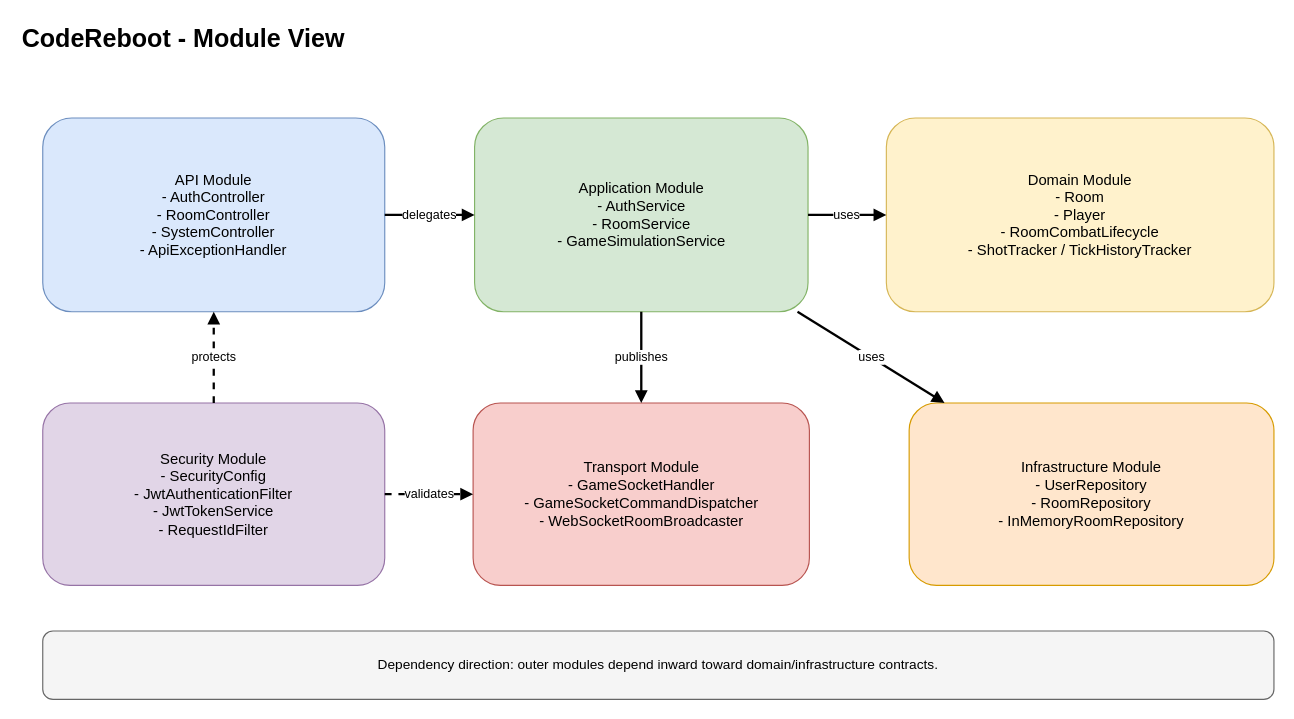
The draw.io diagram docs/diagramnet-views/module-view.drawio in nishantpradhan111/ServerAuthoritative_SoftArch, before the edit. Source tidied: cells renumbered, new cells numbered last; positions are measured from the earlier drawing's top-left corner, leaving out a move shared by most shapes. Both pictures are drawn from the tidied source at 114%, with x=0, y=0 at pixel (19, 22).
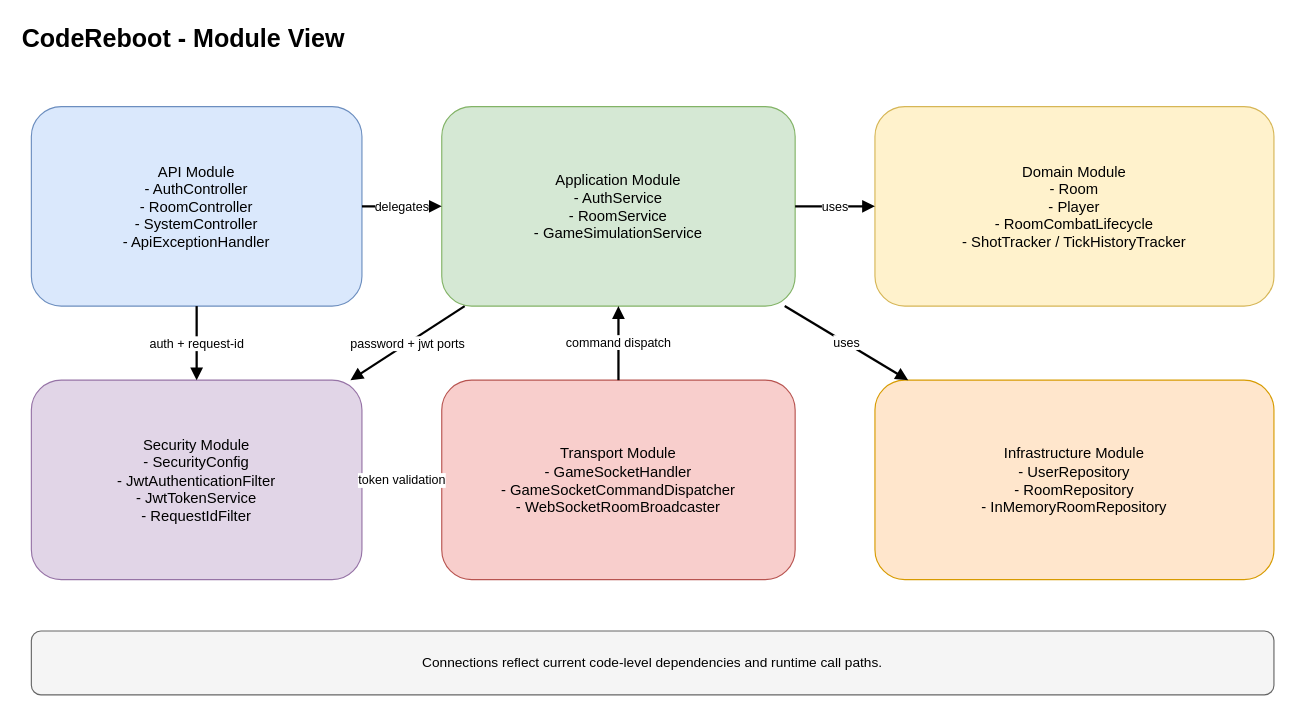
Above is the later version.

What changed in the source:
```diff
@@
 <mxGraphModel>
   <root>
     <mxCell id="0" />
     <mxCell id="1" parent="0" />
     <mxCell id="2" value="CodeReboot - Module View" style="text;html=1;strokeColor=none;fillColor=none;align=left;verticalAlign=middle;whiteSpace=wrap;rounded=0;fontSize=22;fontStyle=1;" parent="1" vertex="1">
-      <mxGeometry width="620" height="30" as="geometry" />
+      <mxGeometry y="-2" width="700" height="34" as="geometry" />
     </mxCell>
     <mxCell id="3" value="API Module&#10;- AuthController&#10;- RoomController&#10;- SystemController&#10;- ApiExceptionHandler" style="rounded=1;whiteSpace=wrap;html=1;fillColor=#dae8fc;strokeColor=#6c8ebf;fontSize=13;" parent="1" vertex="1">
-      <mxGeometry x="20" y="84" width="300" height="170" as="geometry" />
+      <mxGeometry x="10" y="74" width="290" height="175" as="geometry" />
     </mxCell>
     <mxCell id="4" value="Application Module&#10;- AuthService&#10;- RoomService&#10;- GameSimulationService" style="rounded=1;whiteSpace=wrap;html=1;fillColor=#d5e8d4;strokeColor=#82b366;fontSize=13;" parent="1" vertex="1">
-      <mxGeometry x="398.8" y="84" width="292.5" height="170" as="geometry" />
+      <mxGeometry x="370" y="74" width="310" height="175" as="geometry" />
     </mxCell>
     <mxCell id="5" value="Domain Module&#10;- Room&#10;- Player&#10;- RoomCombatLifecycle&#10;- ShotTracker / TickHistoryTracker" style="rounded=1;whiteSpace=wrap;html=1;fillColor=#fff2cc;strokeColor=#d6b656;fontSize=13;" parent="1" vertex="1">
-      <mxGeometry x="760" y="84" width="340" height="170" as="geometry" />
+      <mxGeometry x="750" y="74" width="350" height="175" as="geometry" />
     </mxCell>
+    <mxCell id="7" value="Security Module&#10;- SecurityConfig&#10;- JwtAuthenticationFilter&#10;- JwtTokenService&#10;- RequestIdFilter" style="rounded=1;whiteSpace=wrap;html=1;fillColor=#e1d5e7;strokeColor=#9673a6;fontSize=13;" parent="1" vertex="1">
+      <mxGeometry x="10" y="314" width="290" height="175" as="geometry" />
+    </mxCell>
     <mxCell id="6" value="Transport Module&#10;- GameSocketHandler&#10;- GameSocketCommandDispatcher&#10;- WebSocketRoomBroadcaster" style="rounded=1;whiteSpace=wrap;html=1;fillColor=#f8cecc;strokeColor=#b85450;fontSize=13;" parent="1" vertex="1">
-      <mxGeometry x="397.5" y="334" width="295" height="160" as="geometry" />
+      <mxGeometry x="370" y="314" width="310" height="175" as="geometry" />
     </mxCell>
-    <mxCell id="7" value="Security Module&#10;- SecurityConfig&#10;- JwtAuthenticationFilter&#10;- JwtTokenService&#10;- RequestIdFilter" style="rounded=1;whiteSpace=wrap;html=1;fillColor=#e1d5e7;strokeColor=#9673a6;fontSize=13;" parent="1" vertex="1">
-      <mxGeometry x="20" y="334" width="300" height="160" as="geometry" />
-    </mxCell>
     <mxCell id="8" value="Infrastructure Module&#10;- UserRepository&#10;- RoomRepository&#10;- InMemoryRoomRepository" style="rounded=1;whiteSpace=wrap;html=1;fillColor=#ffe6cc;strokeColor=#d79b00;fontSize=13;" parent="1" vertex="1">
-      <mxGeometry x="780" y="334" width="320" height="160" as="geometry" />
+      <mxGeometry x="750" y="314" width="350" height="175" as="geometry" />
     </mxCell>
     <mxCell id="9" value="delegates" style="endArrow=block;html=1;rounded=0;strokeWidth=2;" parent="1" edge="1" source="3" target="4">
       <mxGeometry relative="1" as="geometry" />
     </mxCell>
-    <mxCell id="10" value="uses" style="endArrow=block;html=1;rounded=0;strokeWidth=2;" parent="1" edge="1" source="4" target="5">
+    <mxCell id="10" value="auth + request-id" style="endArrow=block;html=1;rounded=0;strokeWidth=2;" parent="1" edge="1" source="3" target="7">
       <mxGeometry relative="1" as="geometry" />
     </mxCell>
-    <mxCell id="11" value="uses" style="endArrow=block;html=1;rounded=0;strokeWidth=2;" parent="1" edge="1" source="4" target="8">
+    <mxCell id="11" value="uses" style="endArrow=block;html=1;rounded=0;strokeWidth=2;" parent="1" edge="1" source="4" target="5">
       <mxGeometry relative="1" as="geometry" />
     </mxCell>
-    <mxCell id="12" value="publishes" style="endArrow=block;html=1;rounded=0;strokeWidth=2;" parent="1" edge="1" source="4" target="6">
+    <mxCell id="12" value="uses" style="endArrow=block;html=1;rounded=0;strokeWidth=2;" parent="1" edge="1" source="4" target="8">
       <mxGeometry relative="1" as="geometry" />
     </mxCell>
-    <mxCell id="13" value="protects" style="endArrow=block;html=1;rounded=0;dashed=1;strokeWidth=2;" parent="1" edge="1" source="7" target="3">
+    <mxCell id="13" value="password + jwt ports" style="endArrow=block;html=1;rounded=0;strokeWidth=2;" parent="1" edge="1" source="4" target="7">
       <mxGeometry relative="1" as="geometry" />
     </mxCell>
-    <mxCell id="14" value="validates" style="endArrow=block;html=1;rounded=0;dashed=1;strokeWidth=2;" parent="1" edge="1" source="7" target="6">
+    <mxCell id="14" value="command dispatch" style="endArrow=block;html=1;rounded=0;strokeWidth=2;" parent="1" edge="1" source="6" target="4">
       <mxGeometry relative="1" as="geometry" />
     </mxCell>
+    <mxCell id="16" value="token validation" style="endArrow=block;html=1;rounded=0;dashed=1;strokeWidth=2;" parent="1" edge="1" source="6" target="7">
+      <mxGeometry relative="1" as="geometry" />
+    </mxCell>
-    <mxCell id="15" value="Dependency direction: outer modules depend inward toward domain/infrastructure contracts." style="rounded=1;whiteSpace=wrap;html=1;fillColor=#f5f5f5;strokeColor=#666666;fontSize=12;" parent="1" vertex="1">
-      <mxGeometry x="20" y="534" width="1080" height="60" as="geometry" />
+    <mxCell id="15" value="Connections reflect current code-level dependencies and runtime call paths." style="rounded=1;whiteSpace=wrap;html=1;fillColor=#f5f5f5;strokeColor=#666666;fontSize=12;" parent="1" vertex="1">
+      <mxGeometry x="10" y="534" width="1090" height="56" as="geometry" />
     </mxCell>
   </root>
 </mxGraphModel>
```
